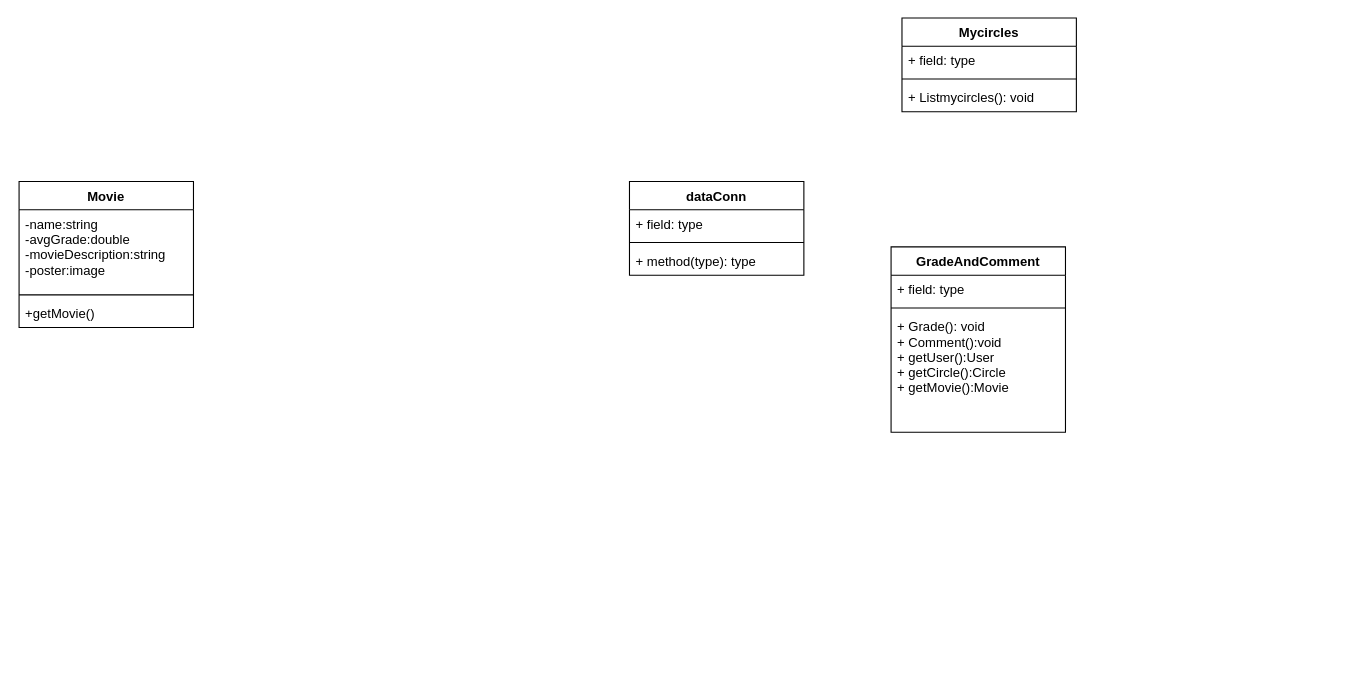
The draw.io diagram Diagrams/UML.drawio in johanbergfalk/DAT055_circles, before the edit. Source tidied: cells renumbered, new cells numbered last; positions are measured from the earlier drawing's top-left corner, leaving out a move shared by most shapes. Both pictures are drawn from the tidied source at 109%, with x=0, y=0 at pixel (19, 17).
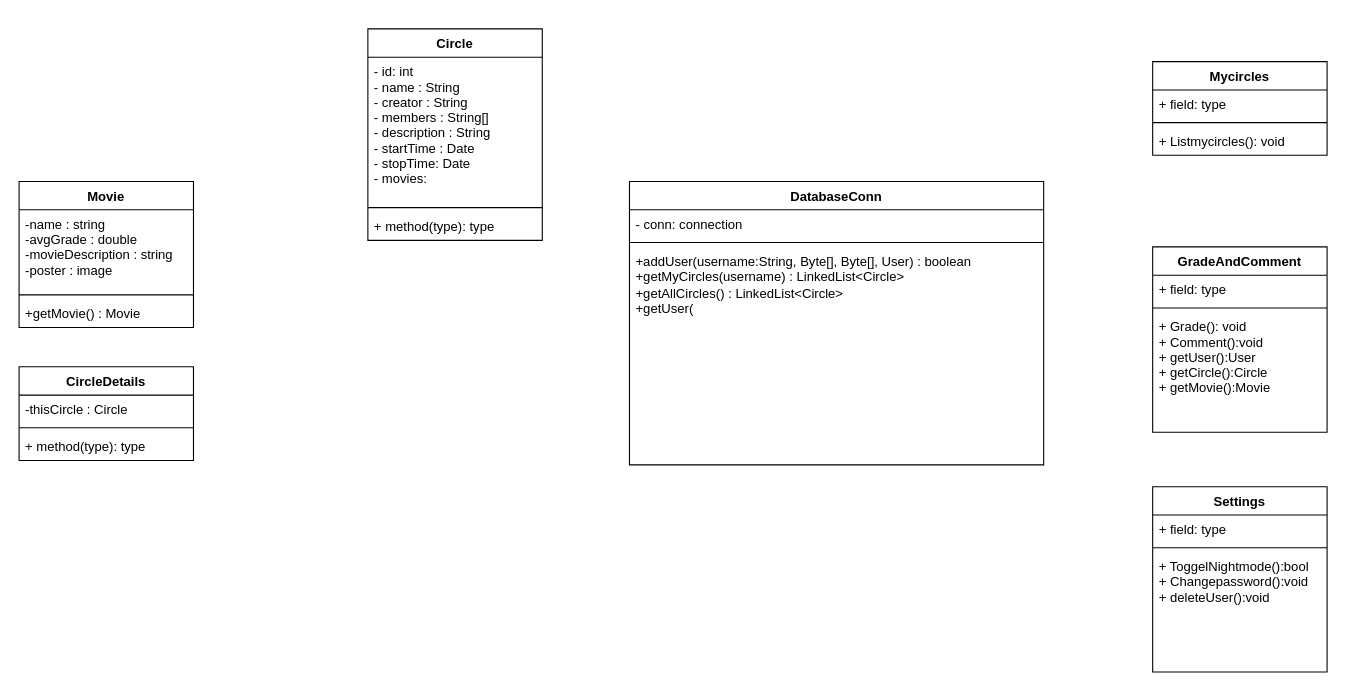
The same page after the edit.

The change refers to these unchanged cells:
```xml
<mxCell id="10" value="Movie" style="swimlane;fontStyle=1;align=center;verticalAlign=top;horizontal=1;startSize=26;" parent="1" vertex="1">
  <mxGeometry y="150" width="160" height="134" as="geometry" />
</mxCell>
```

The edit, as a diff of the source:
```diff
@@
-    <mxCell id="2" value="dataConn" style="swimlane;fontStyle=1;align=center;verticalAlign=top;horizontal=1;startSize=26;" parent="1" vertex="1">
-      <mxGeometry x="560" y="150" width="160" height="86" as="geometry" />
+    <mxCell id="2" value="DatabaseConn" style="swimlane;fontStyle=1;align=center;verticalAlign=top;horizontal=1;startSize=26;" parent="1" vertex="1">
+      <mxGeometry x="560" y="150" width="380" height="260" as="geometry" />
     </mxCell>
-    <mxCell id="3" value="+ field: type" style="text;strokeColor=none;fillColor=none;align=left;verticalAlign=top;spacingLeft=4;spacingRight=4;overflow=hidden;" parent="2" vertex="1">
-      <mxGeometry y="26" width="160" height="26" as="geometry" />
+    <mxCell id="3" value="- conn: connection" style="text;strokeColor=none;fillColor=none;align=left;verticalAlign=top;spacingLeft=4;spacingRight=4;overflow=hidden;" parent="2" vertex="1">
+      <mxGeometry y="26" width="380" height="26" as="geometry" />
     </mxCell>
     <mxCell id="4" style="line;strokeWidth=1;fillColor=none;align=left;verticalAlign=middle;spacingTop=-1;spacingLeft=3;spacingRight=3;labelPosition=right;" parent="2" vertex="1">
-      <mxGeometry y="52" width="160" height="8" as="geometry" />
+      <mxGeometry y="52" width="380" height="8" as="geometry" />
     </mxCell>
-    <mxCell id="5" value="+ method(type): type" style="text;strokeColor=none;fillColor=none;align=left;verticalAlign=top;spacingLeft=4;spacingRight=4;overflow=hidden;" parent="2" vertex="1">
-      <mxGeometry y="60" width="160" height="26" as="geometry" />
+    <mxCell id="5" value="+addUser(username:String, Byte[], Byte[], User) : boolean&#10;+getMyCircles(username) : LinkedList&lt;Circle&gt;&#10;+getAllCircles() : LinkedList&lt;Circle&gt;&#10;+getUser(&#10;" style="text;strokeColor=none;fillColor=none;align=left;verticalAlign=top;spacingLeft=4;spacingRight=4;overflow=hidden;whiteSpace=wrap;" parent="2" vertex="1">
+      <mxGeometry y="60" width="380" height="200" as="geometry" />
     </mxCell>
+    <mxCell id="18" value="Circle" style="swimlane;fontStyle=1;align=center;verticalAlign=top;horizontal=1;startSize=26;" parent="1" vertex="1">
+      <mxGeometry x="320" y="10" width="160" height="194" as="geometry" />
+    </mxCell>
+    <mxCell id="19" value="- id: int&#10;- name : String&#10;- creator : String&#10;- members : String[]&#10;- description : String&#10;- startTime : Date&#10;- stopTime: Date&#10;- movies: &#10;" style="text;strokeColor=none;fillColor=none;align=left;verticalAlign=top;spacingLeft=4;spacingRight=4;overflow=hidden;" parent="18" vertex="1">
+      <mxGeometry y="26" width="160" height="134" as="geometry" />
+    </mxCell>
+    <mxCell id="20" style="line;strokeWidth=1;fillColor=none;align=left;verticalAlign=middle;spacingTop=-1;spacingLeft=3;spacingRight=3;labelPosition=right;" parent="18" vertex="1">
+      <mxGeometry y="160" width="160" height="8" as="geometry" />
+    </mxCell>
+    <mxCell id="21" value="+ method(type): type" style="text;strokeColor=none;fillColor=none;align=left;verticalAlign=top;spacingLeft=4;spacingRight=4;overflow=hidden;" parent="18" vertex="1">
+      <mxGeometry y="168" width="160" height="26" as="geometry" />
+    </mxCell>
     <mxCell id="6" value="Mycircles" style="swimlane;fontStyle=1;align=center;verticalAlign=top;horizontal=1;startSize=26;" parent="1" vertex="1">
-      <mxGeometry x="810" width="160" height="86" as="geometry" />
+      <mxGeometry x="1040" y="40" width="160" height="86" as="geometry" />
     </mxCell>
@@
-    <mxCell id="11" value="-name:string&#10;-avgGrade:double&#10;-movieDescription:string&#10;-poster:image" style="text;strokeColor=none;fillColor=none;align=left;verticalAlign=top;spacingLeft=4;spacingRight=4;overflow=hidden;" parent="10" vertex="1">
+    <mxCell id="11" value="-name : string&#10;-avgGrade : double&#10;-movieDescription : string&#10;-poster : image" style="text;strokeColor=none;fillColor=none;align=left;verticalAlign=top;spacingLeft=4;spacingRight=4;overflow=hidden;" parent="10" vertex="1">
       <mxGeometry y="26" width="160" height="74" as="geometry" />
     </mxCell>
@@
-    <mxCell id="13" value="+getMovie()" style="text;strokeColor=none;fillColor=none;align=left;verticalAlign=top;spacingLeft=4;spacingRight=4;overflow=hidden;" parent="10" vertex="1">
+    <mxCell id="13" value="+getMovie() : Movie" style="text;strokeColor=none;fillColor=none;align=left;verticalAlign=top;spacingLeft=4;spacingRight=4;overflow=hidden;" parent="10" vertex="1">
       <mxGeometry y="108" width="160" height="26" as="geometry" />
     </mxCell>
+    <mxCell id="22" value="CircleDetails" style="swimlane;fontStyle=1;align=center;verticalAlign=top;horizontal=1;startSize=26;" parent="1" vertex="1">
+      <mxGeometry y="320" width="160" height="86" as="geometry" />
+    </mxCell>
+    <mxCell id="23" value="-thisCircle : Circle" style="text;strokeColor=none;fillColor=none;align=left;verticalAlign=top;spacingLeft=4;spacingRight=4;overflow=hidden;" parent="22" vertex="1">
+      <mxGeometry y="26" width="160" height="26" as="geometry" />
+    </mxCell>
+    <mxCell id="24" style="line;strokeWidth=1;fillColor=none;align=left;verticalAlign=middle;spacingTop=-1;spacingLeft=3;spacingRight=3;labelPosition=right;" parent="22" vertex="1">
+      <mxGeometry y="52" width="160" height="8" as="geometry" />
+    </mxCell>
+    <mxCell id="25" value="+ method(type): type" style="text;strokeColor=none;fillColor=none;align=left;verticalAlign=top;spacingLeft=4;spacingRight=4;overflow=hidden;" parent="22" vertex="1">
+      <mxGeometry y="60" width="160" height="26" as="geometry" />
+    </mxCell>
     <mxCell id="14" value="GradeAndComment" style="swimlane;fontStyle=1;align=center;verticalAlign=top;horizontal=1;startSize=26;" parent="1" vertex="1">
-      <mxGeometry x="800" y="210" width="160" height="170" as="geometry" />
+      <mxGeometry x="1040" y="210" width="160" height="170" as="geometry" />
     </mxCell>
@@
+    <mxCell id="26" value="Settings" style="swimlane;fontStyle=1;align=center;verticalAlign=top;horizontal=1;startSize=26;" parent="1" vertex="1">
+      <mxGeometry x="1040" y="430" width="160" height="170" as="geometry" />
+    </mxCell>
+    <mxCell id="27" value="+ field: type" style="text;strokeColor=none;fillColor=none;align=left;verticalAlign=top;spacingLeft=4;spacingRight=4;overflow=hidden;" parent="26" vertex="1">
+      <mxGeometry y="26" width="160" height="26" as="geometry" />
+    </mxCell>
+    <mxCell id="28" style="line;strokeWidth=1;fillColor=none;align=left;verticalAlign=middle;spacingTop=-1;spacingLeft=3;spacingRight=3;labelPosition=right;" parent="26" vertex="1">
+      <mxGeometry y="52" width="160" height="8" as="geometry" />
+    </mxCell>
+    <mxCell id="29" value="+ ToggelNightmode():bool&#10;+ Changepassword():void&#10;+ deleteUser():void&#10;" style="text;strokeColor=none;fillColor=none;align=left;verticalAlign=top;spacingLeft=4;spacingRight=4;overflow=hidden;" parent="26" vertex="1">
+      <mxGeometry y="60" width="160" height="110" as="geometry" />
+    </mxCell>
```
